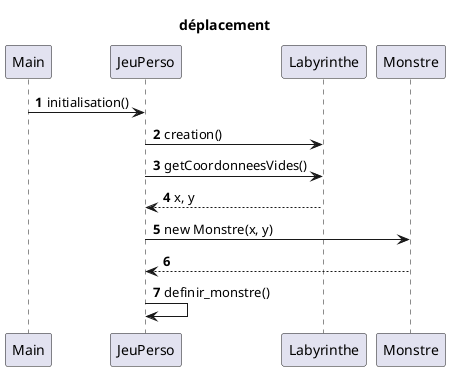
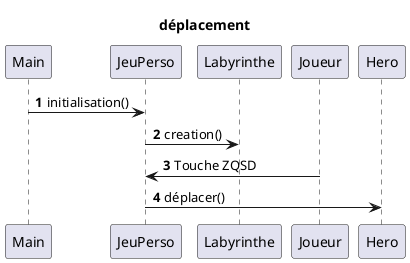
@startuml
'https://plantuml.com/sequence-diagram

autonumber


@startuml
title déplacement
autonumber

Main -> JeuPerso: initialisation()
JeuPerso -> Labyrinthe: creation()
+ Joueur -> JeuPerso: Touche ZQSD
+ JeuPerso->Hero:déplacer()


- JeuPerso -> Labyrinthe: getCoordonneesVides()
- Labyrinthe --> JeuPerso: x, y


- JeuPerso -> Monstre: new Monstre(x, y)
- JeuPerso <-- Monstre:
- JeuPerso -> JeuPerso: definir_monstre()
+ 

@enduml